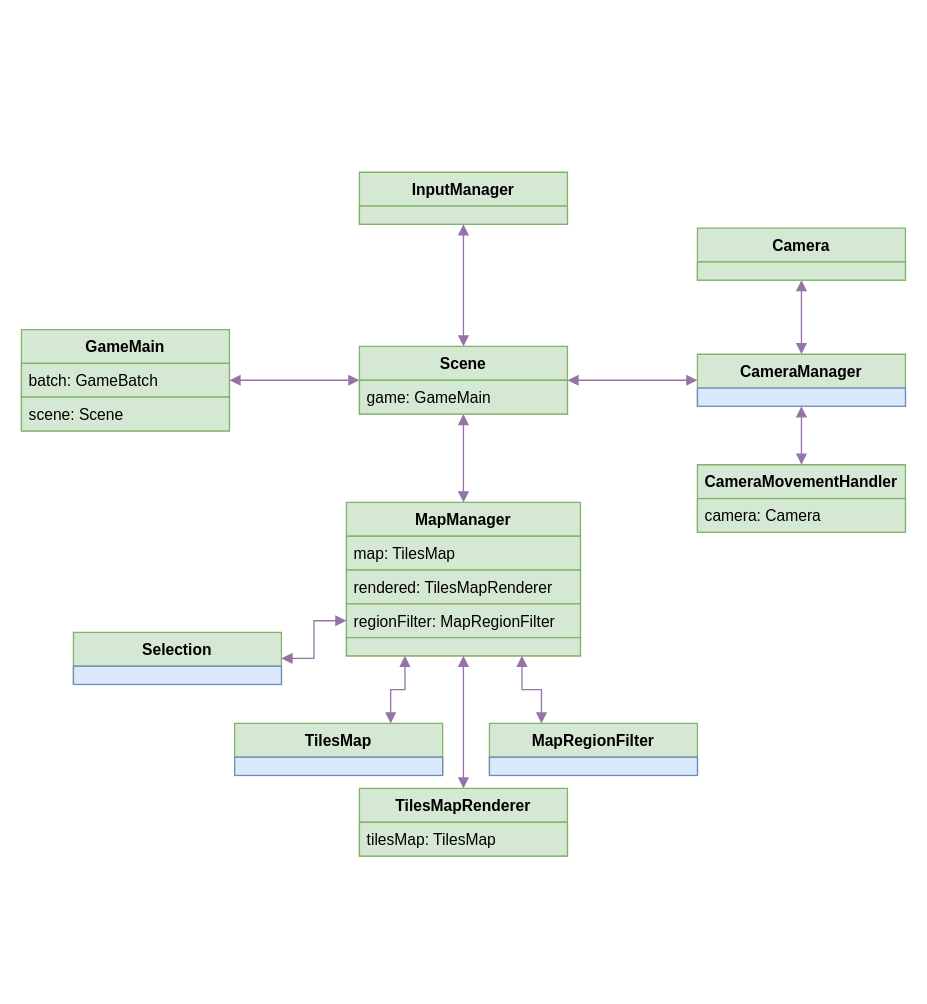
Before: uml/Diagram.drawio in Tonio993/bad-luck-simulator, a draw.io diagram. Source tidied: cells renumbered, new cells numbered last; positions are measured from the earlier drawing's top-left corner, leaving out a move shared by most shapes. Both pictures are drawn from the tidied source at 130%, with x=0, y=0 at pixel (21, 172).
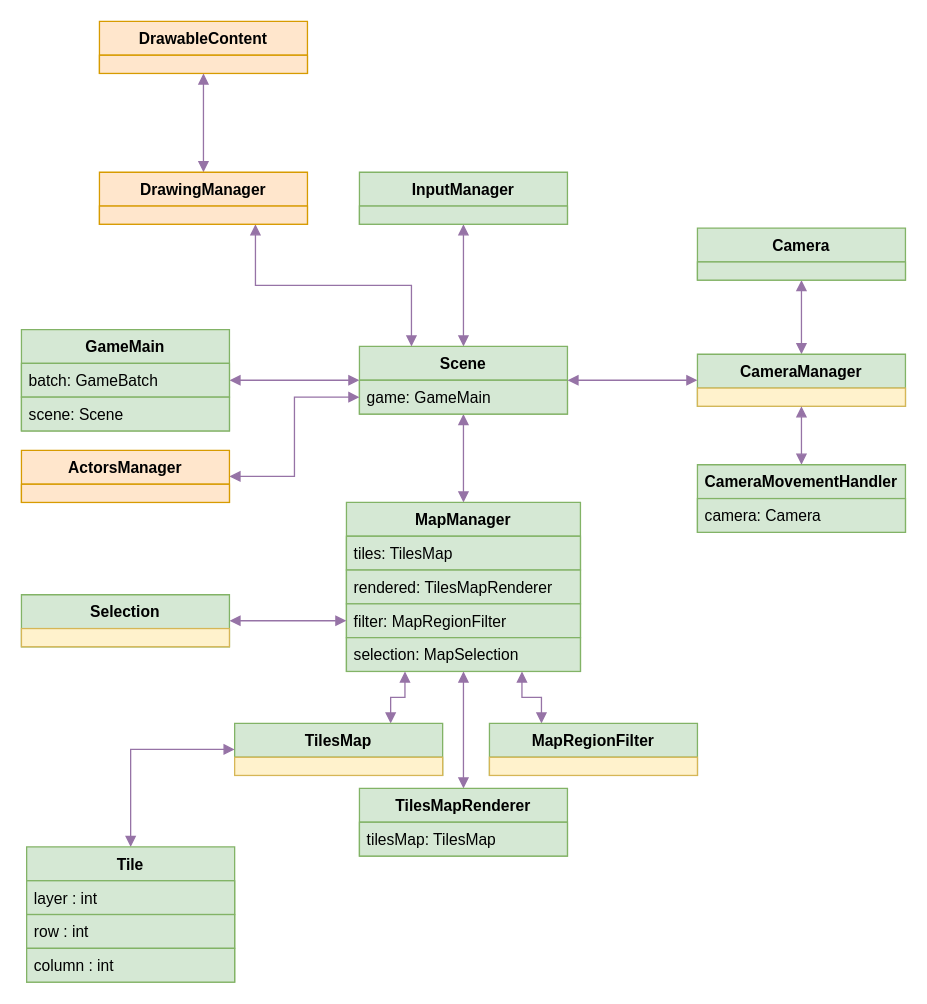
After the change.

Commit message:
Diagramma UML

Unchanged cells that the change refers to:
```xml
<mxCell id="6" value="Scene" style="swimlane;fontStyle=1;align=center;verticalAlign=top;horizontal=1;startSize=26;fillColor=#d5e8d4;strokeColor=#82b366;" parent="1" vertex="1">
  <mxGeometry x="260" y="134" width="160" height="52" as="geometry" />
</mxCell>
<mxCell id="7" value="game: GameMain" style="text;strokeColor=#82b366;fillColor=#d5e8d4;align=left;verticalAlign=top;spacingLeft=4;spacingRight=4;overflow=hidden;points=[[0,0.5],[1,0.5]];portConstraint=eastwest;" parent="6" vertex="1">
  <mxGeometry y="26" width="160" height="26" as="geometry" />
</mxCell>
<mxCell id="21" value="CameraManager" style="swimlane;fontStyle=1;align=center;verticalAlign=top;horizontal=1;startSize=26;fillColor=#d5e8d4;strokeColor=#82b366;" parent="1" vertex="1">
  <mxGeometry x="520" y="140" width="160" height="40" as="geometry" />
</mxCell>
<mxCell id="23" value="MapRegionFilter" style="swimlane;fontStyle=1;align=center;verticalAlign=top;horizontal=1;startSize=26;fillColor=#d5e8d4;strokeColor=#82b366;" parent="1" vertex="1">
  <mxGeometry x="360" y="424" width="160" height="40" as="geometry" />
</mxCell>
<mxCell id="25" value="TilesMap" style="swimlane;fontStyle=1;align=center;verticalAlign=top;horizontal=1;startSize=26;fillColor=#d5e8d4;strokeColor=#82b366;" parent="1" vertex="1">
  <mxGeometry x="164" y="424" width="160" height="40" as="geometry" />
</mxCell>
```

What changed in the source:
```diff
@@
     <mxCell id="13" value="MapManager" style="swimlane;fontStyle=1;align=center;verticalAlign=top;horizontal=1;startSize=26;fillColor=#d5e8d4;strokeColor=#82b366;" parent="1" vertex="1">
-      <mxGeometry x="250" y="254" width="180" height="118" as="geometry" />
+      <mxGeometry x="250" y="254" width="180" height="130" as="geometry" />
     </mxCell>
-    <mxCell id="14" value="map: TilesMap" style="text;align=left;verticalAlign=top;spacingLeft=4;spacingRight=4;overflow=hidden;fillColor=#d5e8d4;strokeColor=#82b366;" parent="13" vertex="1">
+    <mxCell id="14" value="tiles: TilesMap" style="text;align=left;verticalAlign=top;spacingLeft=4;spacingRight=4;overflow=hidden;fillColor=#d5e8d4;strokeColor=#82b366;" parent="13" vertex="1">
       <mxGeometry y="26" width="180" height="26" as="geometry" />
     </mxCell>
@@
-    <mxCell id="16" value="regionFilter: MapRegionFilter" style="text;align=left;verticalAlign=top;spacingLeft=4;spacingRight=4;overflow=hidden;points=[[0,0.5],[1,0.5]];portConstraint=eastwest;fillColor=#d5e8d4;strokeColor=#82b366;" parent="13" vertex="1">
+    <mxCell id="16" value="filter: MapRegionFilter" style="text;align=left;verticalAlign=top;spacingLeft=4;spacingRight=4;overflow=hidden;points=[[0,0.5],[1,0.5]];portConstraint=eastwest;fillColor=#d5e8d4;strokeColor=#82b366;" parent="13" vertex="1">
       <mxGeometry y="78" width="180" height="26" as="geometry" />
     </mxCell>
-    <mxCell id="17" style="text;strokeColor=#82b366;fillColor=#d5e8d4;align=left;verticalAlign=middle;spacingTop=-1;spacingLeft=4;spacingRight=4;labelPosition=right;rounded=0;glass=0;" parent="13" vertex="1">
-      <mxGeometry y="104" width="180" height="14" as="geometry" />
-    </mxCell>
+    <mxCell id="38" value="selection: MapSelection" style="text;align=left;verticalAlign=top;spacingLeft=4;spacingRight=4;overflow=hidden;fillColor=#d5e8d4;strokeColor=#82b366;" parent="13" vertex="1">
+      <mxGeometry y="104" width="180" height="26" as="geometry" />
+    </mxCell>
@@
-    <mxCell id="22" style="text;strokeColor=#6c8ebf;fillColor=#dae8fc;align=left;verticalAlign=middle;spacingTop=-1;spacingLeft=4;spacingRight=4;labelPosition=right;" parent="21" vertex="1">
+    <mxCell id="22" style="text;strokeColor=#d6b656;fillColor=#fff2cc;align=left;verticalAlign=middle;spacingTop=-1;spacingLeft=4;spacingRight=4;labelPosition=right;" parent="21" vertex="1">
       <mxGeometry y="26" width="160" height="14" as="geometry" />
     </mxCell>
@@
-    <mxCell id="24" style="text;strokeColor=#6c8ebf;fillColor=#dae8fc;align=left;verticalAlign=middle;spacingTop=-1;spacingLeft=4;spacingRight=4;labelPosition=right;" parent="23" vertex="1">
+    <mxCell id="24" style="text;strokeColor=#d6b656;fillColor=#fff2cc;align=left;verticalAlign=middle;spacingTop=-1;spacingLeft=4;spacingRight=4;labelPosition=right;" parent="23" vertex="1">
       <mxGeometry y="26" width="160" height="14" as="geometry" />
     </mxCell>
@@
-    <mxCell id="26" style="text;strokeColor=#6c8ebf;fillColor=#dae8fc;align=left;verticalAlign=middle;spacingTop=-1;spacingLeft=4;spacingRight=4;labelPosition=right;" parent="25" vertex="1">
+    <mxCell id="26" style="text;strokeColor=#d6b656;fillColor=#fff2cc;align=left;verticalAlign=middle;spacingTop=-1;spacingLeft=4;spacingRight=4;labelPosition=right;" parent="25" vertex="1">
       <mxGeometry y="26" width="160" height="14" as="geometry" />
     </mxCell>
+    <mxCell id="39" value="DrawableContent" style="swimlane;fontStyle=1;align=center;verticalAlign=top;horizontal=1;startSize=26;fillColor=#ffe6cc;strokeColor=#d79b00;" parent="1" vertex="1">
+      <mxGeometry x="60" y="-116" width="160" height="40" as="geometry" />
+    </mxCell>
+    <mxCell id="40" style="text;strokeColor=#d79b00;fillColor=#ffe6cc;align=left;verticalAlign=middle;spacingTop=-1;spacingLeft=4;spacingRight=4;labelPosition=right;" parent="39" vertex="1">
+      <mxGeometry y="26" width="160" height="14" as="geometry" />
+    </mxCell>
@@
+    <mxCell id="37" style="edgeStyle=orthogonalEdgeStyle;rounded=0;jettySize=auto;html=1;startArrow=block;startFill=1;endArrow=block;endFill=1;fillColor=#e1d5e7;strokeColor=#9673a6;entryX=0;entryY=0.5;entryDx=0;entryDy=0;" parent="1" edge="1" source="35" target="16">
+      <mxGeometry relative="1" as="geometry" />
+    </mxCell>
+    <mxCell id="41" style="edgeStyle=orthogonalEdgeStyle;rounded=0;jettySize=auto;html=1;exitX=0.75;exitY=1;exitDx=0;exitDy=0;entryX=0.25;entryY=0;entryDx=0;entryDy=0;strokeColor=#9673a6;fillColor=#e1d5e7;endFill=1;endArrow=block;startFill=1;startArrow=block;" parent="1" edge="1" source="43" target="6">
+      <mxGeometry relative="1" as="geometry" />
+    </mxCell>
+    <mxCell id="42" style="edgeStyle=orthogonalEdgeStyle;rounded=0;jettySize=auto;html=1;exitX=0.5;exitY=0;exitDx=0;exitDy=0;entryX=0.5;entryY=1;entryDx=0;entryDy=0;strokeColor=#9673a6;fillColor=#e1d5e7;endFill=1;endArrow=block;startFill=1;startArrow=block;" parent="1" edge="1" source="43" target="39">
+      <mxGeometry relative="1" as="geometry" />
+    </mxCell>
+    <mxCell id="43" value="DrawingManager" style="swimlane;fontStyle=1;align=center;verticalAlign=top;horizontal=1;startSize=26;fillColor=#ffe6cc;strokeColor=#d79b00;" parent="1" vertex="1">
+      <mxGeometry x="60" width="160" height="40" as="geometry" />
+    </mxCell>
+    <mxCell id="44" style="text;strokeColor=#d79b00;fillColor=#ffe6cc;align=left;verticalAlign=middle;spacingTop=-1;spacingLeft=4;spacingRight=4;labelPosition=right;" parent="43" vertex="1">
+      <mxGeometry y="26" width="160" height="14" as="geometry" />
+    </mxCell>
+    <mxCell id="45" style="edgeStyle=orthogonalEdgeStyle;rounded=0;jettySize=auto;html=1;exitX=0.5;exitY=0;exitDx=0;exitDy=0;entryX=0;entryY=0.5;entryDx=0;entryDy=0;strokeColor=#9673a6;fillColor=#e1d5e7;endFill=1;endArrow=block;startFill=1;startArrow=block;" parent="1" edge="1" source="46" target="25">
+      <mxGeometry relative="1" as="geometry" />
+    </mxCell>
+    <mxCell id="46" value="Tile" style="swimlane;fontStyle=1;align=center;verticalAlign=top;horizontal=1;startSize=26;fillColor=#d5e8d4;strokeColor=#82b366;" parent="1" vertex="1">
+      <mxGeometry x="4" y="519" width="160" height="104" as="geometry" />
+    </mxCell>
+    <mxCell id="47" value="layer : int" style="text;strokeColor=#82b366;fillColor=#d5e8d4;align=left;verticalAlign=top;spacingLeft=4;spacingRight=4;overflow=hidden;" parent="46" vertex="1">
+      <mxGeometry y="26" width="160" height="26" as="geometry" />
+    </mxCell>
+    <mxCell id="48" value="row : int" style="text;strokeColor=#82b366;fillColor=#d5e8d4;align=left;verticalAlign=top;spacingLeft=4;spacingRight=4;overflow=hidden;" parent="46" vertex="1">
+      <mxGeometry y="52" width="160" height="26" as="geometry" />
+    </mxCell>
+    <mxCell id="49" value="column : int" style="text;strokeColor=#82b366;fillColor=#d5e8d4;align=left;verticalAlign=top;spacingLeft=4;spacingRight=4;overflow=hidden;" parent="46" vertex="1">
+      <mxGeometry y="78" width="160" height="26" as="geometry" />
+    </mxCell>
+    <mxCell id="50" style="edgeStyle=orthogonalEdgeStyle;rounded=0;jettySize=auto;html=1;exitX=1;exitY=0.5;exitDx=0;exitDy=0;entryX=0;entryY=0.5;entryDx=0;entryDy=0;strokeColor=#9673a6;fillColor=#e1d5e7;endFill=1;endArrow=block;startFill=1;startArrow=block;" parent="1" edge="1" source="51" target="7">
+      <mxGeometry relative="1" as="geometry" />
+    </mxCell>
+    <mxCell id="51" value="ActorsManager" style="swimlane;fontStyle=1;align=center;verticalAlign=top;horizontal=1;startSize=26;fillColor=#ffe6cc;strokeColor=#d79b00;" parent="1" vertex="1">
+      <mxGeometry y="214" width="160" height="40" as="geometry" />
+    </mxCell>
+    <mxCell id="52" style="text;strokeColor=#d79b00;fillColor=#ffe6cc;align=left;verticalAlign=middle;spacingTop=-1;spacingLeft=4;spacingRight=4;labelPosition=right;" parent="51" vertex="1">
+      <mxGeometry y="26" width="160" height="14" as="geometry" />
+    </mxCell>
     <mxCell id="35" value="Selection" style="swimlane;fontStyle=1;align=center;verticalAlign=top;horizontal=1;startSize=26;fillColor=#d5e8d4;strokeColor=#82b366;" parent="1" vertex="1">
-      <mxGeometry x="40" y="354" width="160" height="40" as="geometry" />
+      <mxGeometry y="325" width="160" height="40" as="geometry" />
     </mxCell>
-    <mxCell id="36" style="text;strokeColor=#6c8ebf;fillColor=#dae8fc;align=left;verticalAlign=middle;spacingTop=-1;spacingLeft=4;spacingRight=4;labelPosition=right;" parent="35" vertex="1">
+    <mxCell id="36" style="text;strokeColor=#d6b656;fillColor=#fff2cc;align=left;verticalAlign=middle;spacingTop=-1;spacingLeft=4;spacingRight=4;labelPosition=right;" parent="35" vertex="1">
       <mxGeometry y="26" width="160" height="14" as="geometry" />
     </mxCell>
-    <mxCell id="37" style="edgeStyle=orthogonalEdgeStyle;rounded=0;jettySize=auto;html=1;startArrow=block;startFill=1;endArrow=block;endFill=1;fillColor=#e1d5e7;strokeColor=#9673a6;entryX=0;entryY=0.5;entryDx=0;entryDy=0;" parent="1" edge="1" source="35" target="16">
-      <mxGeometry relative="1" as="geometry" />
-    </mxCell>
```
